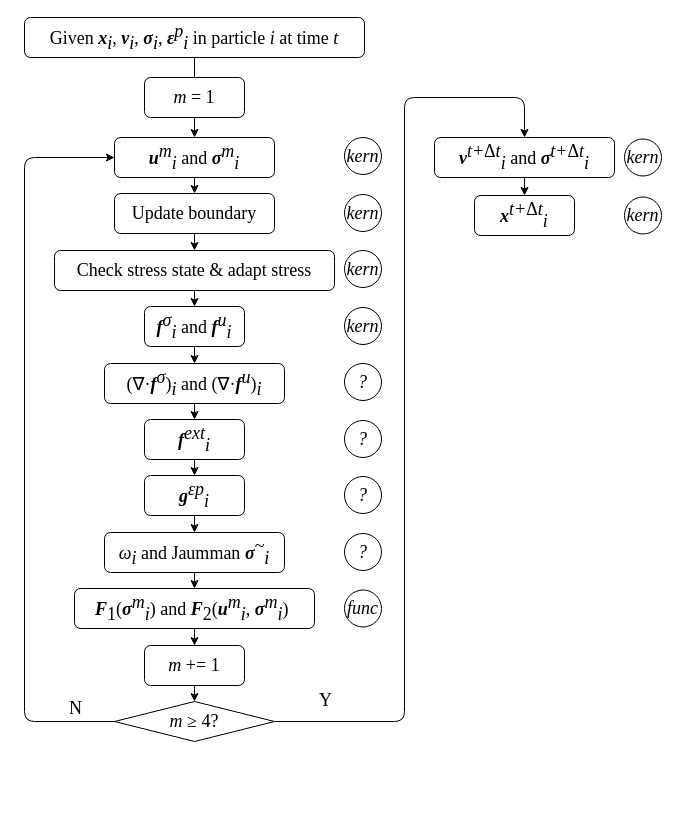
Earlier version of the draw.io diagram page "Page-1" (1 of 2) of temp/flowchart.drawio (Rabmelon/tiSPHi). Source tidied: cells renumbered, new cells numbered last; positions are measured from the earlier drawing's top-left corner, leaving out a move shared by most shapes. Both pictures are drawn from the tidied source at 100%, with x=0, y=0 at pixel (24, 17).
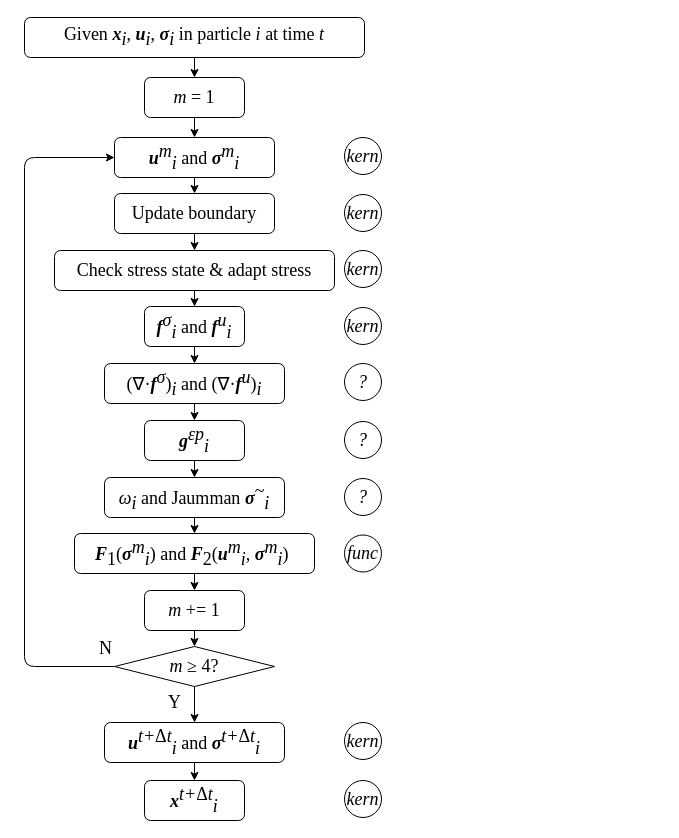
The same page after the edit.

Commit message (it also covers changes not shown here):
add item strain calculation flowchart

The change refers to these unchanged cells:
```xml
<mxCell id="5" value="&lt;font style=&quot;font-size: 18px&quot;&gt;&lt;i style=&quot;font-size: 18px;&quot;&gt;&lt;b style=&quot;font-size: 18px;&quot;&gt;u&lt;/b&gt;&lt;sup style=&quot;font-size: 18px;&quot;&gt;m&lt;/sup&gt;&lt;sub style=&quot;font-size: 18px;&quot;&gt;i&lt;/sub&gt;&lt;/i&gt;&amp;nbsp;and &lt;i style=&quot;font-size: 18px;&quot;&gt;&lt;b style=&quot;font-size: 18px;&quot;&gt;σ&lt;/b&gt;&lt;sup style=&quot;font-size: 18px;&quot;&gt;m&lt;/sup&gt;&lt;sub style=&quot;font-size: 18px;&quot;&gt;i&lt;/sub&gt;&lt;/i&gt;&lt;/font&gt;" style="whiteSpace=wrap;html=1;rounded=1;fontStyle=0;fontFamily=Times New Roman;fontSize=18;" parent="1" vertex="1">
  <mxGeometry x="90" y="120" width="160" height="40" as="geometry" />
</mxCell>
<mxCell id="27" value="&lt;font style=&quot;font-size: 18px&quot;&gt;&lt;i style=&quot;font-size: 18px;&quot;&gt;m&lt;/i&gt;&amp;nbsp;= 1&lt;/font&gt;" style="whiteSpace=wrap;html=1;rounded=1;fontStyle=0;fontFamily=Times New Roman;fontSize=18;" parent="1" vertex="1">
  <mxGeometry x="120" y="60" width="100" height="40" as="geometry" />
</mxCell>
<mxCell id="42" value="&lt;font style=&quot;font-size: 18px&quot;&gt;&lt;span style=&quot;font-size: 18px&quot;&gt;(∇·&lt;/span&gt;&lt;b style=&quot;font-style: italic&quot;&gt;f&lt;/b&gt;&lt;span style=&quot;font-style: italic&quot;&gt;&lt;sup style=&quot;font-size: 18px&quot;&gt;σ&lt;/sup&gt;&lt;/span&gt;&lt;span style=&quot;font-size: 18px&quot;&gt;)&lt;/span&gt;&lt;sub style=&quot;font-style: italic ; font-size: 18px&quot;&gt;i&lt;/sub&gt;&amp;nbsp;and (∇·&lt;b style=&quot;font-style: italic&quot;&gt;f&lt;/b&gt;&lt;span style=&quot;font-style: italic&quot;&gt;&lt;sup style=&quot;font-size: 18px&quot;&gt;u&lt;/sup&gt;&lt;/span&gt;)&lt;i style=&quot;font-size: 18px&quot;&gt;&lt;sub style=&quot;font-size: 18px&quot;&gt;i&lt;/sub&gt;&lt;/i&gt;&lt;/font&gt;" style="whiteSpace=wrap;html=1;rounded=1;fontStyle=0;fontFamily=Times New Roman;fontSize=18;" parent="1" vertex="1">
  <mxGeometry x="80" y="346" width="180" height="40" as="geometry" />
</mxCell>
```

The edit, as a diff of the source:
```diff
@@
-    <mxCell id="2" style="edgeStyle=none;html=1;fontFamily=Times New Roman;fontSize=18;" parent="1" edge="1" source="3" target="5">
-      <mxGeometry relative="1" as="geometry" />
-    </mxCell>
+    <mxCell id="44" style="edgeStyle=none;html=1;exitX=0.5;exitY=1;exitDx=0;exitDy=0;entryX=0.5;entryY=0;entryDx=0;entryDy=0;" parent="1" edge="1" source="3" target="27">
+      <mxGeometry relative="1" as="geometry" />
+    </mxCell>
-    <mxCell id="3" value="&lt;font style=&quot;font-size: 18px&quot;&gt;Given &lt;i style=&quot;font-size: 18px;&quot;&gt;&lt;b style=&quot;font-size: 18px;&quot;&gt;x&lt;/b&gt;&lt;sub style=&quot;font-size: 18px;&quot;&gt;i&lt;/sub&gt;&lt;/i&gt;, &lt;i style=&quot;font-size: 18px;&quot;&gt;&lt;b style=&quot;font-size: 18px;&quot;&gt;v&lt;/b&gt;&lt;sub style=&quot;font-size: 18px;&quot;&gt;i&lt;/sub&gt;&lt;/i&gt;, &lt;i style=&quot;font-size: 18px;&quot;&gt;&lt;b style=&quot;font-size: 18px;&quot;&gt;σ&lt;/b&gt;&lt;sub style=&quot;font-size: 18px;&quot;&gt;i&lt;/sub&gt;&lt;/i&gt;, &lt;b style=&quot;font-style: italic; font-size: 18px;&quot;&gt;ε&lt;/b&gt;&lt;sup style=&quot;font-style: italic; font-size: 18px;&quot;&gt;p&lt;/sup&gt;&lt;sub style=&quot;font-style: italic; font-size: 18px;&quot;&gt;i&lt;/sub&gt;&amp;nbsp;in particle &lt;i style=&quot;font-size: 18px;&quot;&gt;i&lt;/i&gt; at time &lt;i style=&quot;font-size: 18px;&quot;&gt;t&lt;/i&gt;&lt;/font&gt;" style="rounded=1;whiteSpace=wrap;html=1;fontStyle=0;fontFamily=Times New Roman;fontSize=18;" parent="1" vertex="1">
+    <mxCell id="3" value="&lt;font style=&quot;font-size: 18px&quot;&gt;Given &lt;i style=&quot;font-size: 18px&quot;&gt;&lt;b style=&quot;font-size: 18px&quot;&gt;x&lt;/b&gt;&lt;sub style=&quot;font-size: 18px&quot;&gt;i&lt;/sub&gt;&lt;/i&gt;, &lt;b&gt;&lt;i&gt;u&lt;/i&gt;&lt;/b&gt;&lt;i style=&quot;font-size: 18px&quot;&gt;&lt;sub style=&quot;font-size: 18px&quot;&gt;i&lt;/sub&gt;&lt;/i&gt;, &lt;i style=&quot;font-size: 18px&quot;&gt;&lt;b style=&quot;font-size: 18px&quot;&gt;σ&lt;/b&gt;&lt;sub style=&quot;font-size: 18px&quot;&gt;i&lt;/sub&gt;&lt;/i&gt;&amp;nbsp;in particle &lt;i style=&quot;font-size: 18px&quot;&gt;i&lt;/i&gt; at time &lt;i style=&quot;font-size: 18px&quot;&gt;t&lt;/i&gt;&lt;/font&gt;" style="rounded=1;whiteSpace=wrap;html=1;fontStyle=0;fontFamily=Times New Roman;fontSize=18;" parent="1" vertex="1">
       <mxGeometry width="340" height="40" as="geometry" />
     </mxCell>
@@
-    <mxCell id="12" style="edgeStyle=none;html=1;exitX=0.5;exitY=1;exitDx=0;exitDy=0;entryX=0.5;entryY=0;entryDx=0;entryDy=0;fontFamily=Times New Roman;fontSize=18;" parent="1" edge="1" source="13" target="15">
-      <mxGeometry relative="1" as="geometry" />
-    </mxCell>
-    <mxCell id="13" value="&lt;font style=&quot;font-size: 18px&quot;&gt;&lt;i style=&quot;font-size: 18px;&quot;&gt;&lt;b style=&quot;font-size: 18px;&quot;&gt;f&lt;/b&gt;&lt;sup style=&quot;font-size: 18px;&quot;&gt;ext&lt;/sup&gt;&lt;sub style=&quot;font-size: 18px;&quot;&gt;i&lt;/sub&gt;&lt;/i&gt;&lt;/font&gt;" style="whiteSpace=wrap;html=1;rounded=1;fontStyle=0;fontFamily=Times New Roman;fontSize=18;" parent="1" vertex="1">
-      <mxGeometry x="120" y="402" width="100" height="40" as="geometry" />
-    </mxCell>
@@
     <mxCell id="15" value="&lt;font style=&quot;font-size: 18px&quot;&gt;&lt;i style=&quot;font-size: 18px;&quot;&gt;&lt;b style=&quot;font-size: 18px;&quot;&gt;g&lt;/b&gt;&lt;sup style=&quot;font-size: 18px;&quot;&gt;εp&lt;/sup&gt;&lt;sub style=&quot;font-size: 18px;&quot;&gt;i&lt;/sub&gt;&lt;/i&gt;&lt;/font&gt;" style="whiteSpace=wrap;html=1;rounded=1;fontStyle=0;fontFamily=Times New Roman;fontSize=18;" parent="1" vertex="1">
-      <mxGeometry x="120" y="458" width="100" height="40" as="geometry" />
+      <mxGeometry x="120" y="403" width="100" height="40" as="geometry" />
     </mxCell>
@@
     <mxCell id="17" value="&lt;font style=&quot;font-size: 18px&quot;&gt;&lt;span style=&quot;font-style: italic ; font-size: 18px&quot;&gt;ω&lt;/span&gt;&lt;sub style=&quot;font-style: italic ; font-size: 18px&quot;&gt;i&lt;/sub&gt;&amp;nbsp;and Jaumman&amp;nbsp;&lt;i style=&quot;font-size: 18px&quot;&gt;&lt;b style=&quot;font-size: 18px&quot;&gt;σ&lt;/b&gt;&lt;sup style=&quot;font-size: 18px&quot;&gt;~&lt;/sup&gt;&lt;sub style=&quot;font-size: 18px&quot;&gt;i&lt;/sub&gt;&lt;/i&gt;&lt;/font&gt;" style="whiteSpace=wrap;html=1;rounded=1;fontStyle=0;fontFamily=Times New Roman;fontSize=18;" parent="1" vertex="1">
-      <mxGeometry x="80" y="515" width="180" height="40" as="geometry" />
+      <mxGeometry x="80" y="460" width="180" height="40" as="geometry" />
     </mxCell>
@@
     <mxCell id="19" value="&lt;font style=&quot;font-size: 18px;&quot;&gt;&lt;span style=&quot;font-weight: bold ; font-style: italic ; font-size: 18px&quot;&gt;F&lt;/span&gt;&lt;span style=&quot;font-size: 18px;&quot;&gt;&lt;sub style=&quot;font-size: 18px;&quot;&gt;1&lt;/sub&gt;(&lt;/span&gt;&lt;/font&gt;&lt;i style=&quot;font-size: 18px;&quot;&gt;&lt;b style=&quot;font-size: 18px;&quot;&gt;σ&lt;/b&gt;&lt;sup style=&quot;font-size: 18px;&quot;&gt;m&lt;/sup&gt;&lt;sub style=&quot;font-size: 18px;&quot;&gt;i&lt;/sub&gt;&lt;/i&gt;&lt;font style=&quot;font-size: 18px;&quot;&gt;&lt;span style=&quot;font-size: 18px;&quot;&gt;)&lt;/span&gt;&lt;span style=&quot;font-size: 18px&quot;&gt;&amp;nbsp;and &lt;/span&gt;&lt;b style=&quot;font-size: 18px ; font-style: italic&quot;&gt;F&lt;/b&gt;&lt;span style=&quot;font-size: 18px&quot;&gt;&lt;sub style=&quot;font-size: 18px;&quot;&gt;2&lt;/sub&gt;&lt;/span&gt;&lt;/font&gt;&lt;font style=&quot;font-size: 18px;&quot;&gt;&lt;span style=&quot;font-size: 18px;&quot;&gt;(&lt;/span&gt;&lt;/font&gt;&lt;i style=&quot;font-size: 18px;&quot;&gt;&lt;b style=&quot;font-size: 18px;&quot;&gt;u&lt;/b&gt;&lt;sup style=&quot;font-size: 18px;&quot;&gt;m&lt;/sup&gt;&lt;sub style=&quot;font-size: 18px;&quot;&gt;i&lt;/sub&gt;,&amp;nbsp;&lt;/i&gt;&lt;i style=&quot;font-size: 18px;&quot;&gt;&lt;b style=&quot;font-size: 18px;&quot;&gt;σ&lt;/b&gt;&lt;sup style=&quot;font-size: 18px;&quot;&gt;m&lt;/sup&gt;&lt;sub style=&quot;font-size: 18px;&quot;&gt;i&lt;/sub&gt;&lt;/i&gt;&lt;font style=&quot;font-size: 18px;&quot;&gt;&lt;span style=&quot;font-size: 18px;&quot;&gt;)&lt;/span&gt;&lt;span style=&quot;font-size: 18px&quot;&gt;&amp;nbsp;&lt;/span&gt;&lt;/font&gt;" style="whiteSpace=wrap;html=1;rounded=1;fontStyle=0;fontFamily=Times New Roman;fontSize=18;" parent="1" vertex="1">
-      <mxGeometry x="50" y="571" width="240" height="40" as="geometry" />
+      <mxGeometry x="50" y="516" width="240" height="40" as="geometry" />
     </mxCell>
     <mxCell id="20" style="edgeStyle=orthogonalEdgeStyle;html=1;exitX=0;exitY=0.5;exitDx=0;exitDy=0;entryX=0;entryY=0.5;entryDx=0;entryDy=0;fontFamily=Times New Roman;fontSize=18;" parent="1" edge="1" source="24" target="5">
       <mxGeometry relative="1" as="geometry">
         <Array as="points">
-          <mxPoint y="704" />
+          <mxPoint y="649" />
           <mxPoint y="140" />
         </Array>
       </mxGeometry>
     </mxCell>
     <mxCell id="21" value="&lt;font style=&quot;font-size: 18px&quot;&gt;N&lt;/font&gt;" style="edgeLabel;html=1;align=center;verticalAlign=middle;fontFamily=Times New Roman;fontSize=18;" parent="20" vertex="1">
       <mxGeometry x="-0.33" y="-2" relative="1" as="geometry">
-        <mxPoint x="48" y="145" as="offset" />
+        <mxPoint x="78" y="122" as="offset" />
       </mxGeometry>
     </mxCell>
-    <mxCell id="22" style="edgeStyle=orthogonalEdgeStyle;html=1;exitX=1;exitY=0.5;exitDx=0;exitDy=0;entryX=0.5;entryY=0;entryDx=0;entryDy=0;fontFamily=Times New Roman;fontSize=18;" parent="1" edge="1" source="24" target="29">
-      <mxGeometry relative="1" as="geometry">
-        <Array as="points">
-          <mxPoint x="380" y="704" />
-          <mxPoint x="380" y="80" />
-          <mxPoint x="500" y="80" />
-        </Array>
-      </mxGeometry>
-    </mxCell>
-    <mxCell id="23" value="&lt;font style=&quot;font-size: 18px&quot;&gt;Y&lt;/font&gt;" style="edgeLabel;html=1;align=center;verticalAlign=middle;fontFamily=Times New Roman;fontSize=18;" parent="22" vertex="1">
-      <mxGeometry x="-0.72" y="2" relative="1" as="geometry">
-        <mxPoint x="-78" y="-20" as="offset" />
-      </mxGeometry>
+    <mxCell id="23" value="Y" style="edgeStyle=none;html=1;exitX=0.5;exitY=1;exitDx=0;exitDy=0;entryX=0.5;entryY=0;entryDx=0;entryDy=0;fontSize=18;fontFamily=Times New Roman;" parent="1" edge="1" source="24" target="29">
+      <mxGeometry x="-0.11" y="-20" relative="1" as="geometry" />
     </mxCell>
     <mxCell id="24" value="&lt;font style=&quot;font-size: 18px&quot;&gt;&lt;i style=&quot;font-size: 18px;&quot;&gt;m&lt;/i&gt;&amp;nbsp;≥ 4?&lt;/font&gt;" style="rhombus;whiteSpace=wrap;html=1;fontFamily=Times New Roman;fontSize=18;" parent="1" vertex="1">
-      <mxGeometry x="90" y="684" width="160" height="40" as="geometry" />
+      <mxGeometry x="90" y="629" width="160" height="40" as="geometry" />
     </mxCell>
@@
     <mxCell id="26" value="&lt;font style=&quot;font-size: 18px&quot;&gt;&lt;i style=&quot;font-size: 18px;&quot;&gt;m&lt;/i&gt;&amp;nbsp;+= 1&lt;/font&gt;" style="whiteSpace=wrap;html=1;rounded=1;fontStyle=0;fontFamily=Times New Roman;fontSize=18;" parent="1" vertex="1">
-      <mxGeometry x="120" y="628" width="100" height="40" as="geometry" />
+      <mxGeometry x="120" y="573" width="100" height="40" as="geometry" />
     </mxCell>
+    <mxCell id="45" style="edgeStyle=none;html=1;exitX=0.5;exitY=1;exitDx=0;exitDy=0;entryX=0.5;entryY=0;entryDx=0;entryDy=0;" parent="1" edge="1" source="27" target="5">
+      <mxGeometry relative="1" as="geometry" />
+    </mxCell>
@@
-    <mxCell id="29" value="&lt;font style=&quot;font-size: 18px&quot;&gt;&lt;b style=&quot;font-style: italic; font-size: 18px;&quot;&gt;v&lt;/b&gt;&lt;sup style=&quot;font-size: 18px;&quot;&gt;&lt;i style=&quot;font-size: 18px;&quot;&gt;t+&lt;/i&gt;Δ&lt;i style=&quot;font-size: 18px;&quot;&gt;t&lt;/i&gt;&lt;/sup&gt;&lt;sub style=&quot;font-style: italic; font-size: 18px;&quot;&gt;i&lt;/sub&gt;&amp;nbsp;and &lt;i style=&quot;font-size: 18px;&quot;&gt;&lt;b style=&quot;font-size: 18px;&quot;&gt;σ&lt;/b&gt;&lt;/i&gt;&lt;/font&gt;&lt;sup style=&quot;font-size: 18px;&quot;&gt;&lt;i style=&quot;font-size: 18px;&quot;&gt;t+&lt;/i&gt;&lt;span style=&quot;font-size: 18px;&quot;&gt;Δ&lt;/span&gt;&lt;i style=&quot;font-size: 18px;&quot;&gt;t&lt;/i&gt;&lt;/sup&gt;&lt;font style=&quot;font-size: 18px&quot;&gt;&lt;i style=&quot;font-size: 18px;&quot;&gt;&lt;sub style=&quot;font-size: 18px;&quot;&gt;i&lt;/sub&gt;&lt;/i&gt;&lt;/font&gt;" style="whiteSpace=wrap;html=1;rounded=1;fontStyle=0;fontFamily=Times New Roman;fontSize=18;" parent="1" vertex="1">
-      <mxGeometry x="410" y="120" width="180" height="40" as="geometry" />
+    <mxCell id="29" value="&lt;font style=&quot;font-size: 18px&quot;&gt;&lt;b style=&quot;font-style: italic ; font-size: 18px&quot;&gt;u&lt;/b&gt;&lt;sup style=&quot;font-size: 18px&quot;&gt;&lt;i style=&quot;font-size: 18px&quot;&gt;t+&lt;/i&gt;Δ&lt;i style=&quot;font-size: 18px&quot;&gt;t&lt;/i&gt;&lt;/sup&gt;&lt;sub style=&quot;font-style: italic ; font-size: 18px&quot;&gt;i&lt;/sub&gt;&amp;nbsp;and &lt;i style=&quot;font-size: 18px&quot;&gt;&lt;b style=&quot;font-size: 18px&quot;&gt;σ&lt;/b&gt;&lt;/i&gt;&lt;/font&gt;&lt;sup style=&quot;font-size: 18px&quot;&gt;&lt;i style=&quot;font-size: 18px&quot;&gt;t+&lt;/i&gt;&lt;span style=&quot;font-size: 18px&quot;&gt;Δ&lt;/span&gt;&lt;i style=&quot;font-size: 18px&quot;&gt;t&lt;/i&gt;&lt;/sup&gt;&lt;font style=&quot;font-size: 18px&quot;&gt;&lt;i style=&quot;font-size: 18px&quot;&gt;&lt;sub style=&quot;font-size: 18px&quot;&gt;i&lt;/sub&gt;&lt;/i&gt;&lt;/font&gt;" style="whiteSpace=wrap;html=1;rounded=1;fontStyle=0;fontFamily=Times New Roman;fontSize=18;" parent="1" vertex="1">
+      <mxGeometry x="80" y="705" width="180" height="40" as="geometry" />
     </mxCell>
     <mxCell id="30" value="&lt;font style=&quot;font-size: 18px&quot;&gt;&lt;i style=&quot;font-size: 18px;&quot;&gt;&lt;b style=&quot;font-size: 18px;&quot;&gt;x&lt;/b&gt;&lt;/i&gt;&lt;/font&gt;&lt;sup style=&quot;font-size: 18px;&quot;&gt;&lt;i style=&quot;font-size: 18px;&quot;&gt;t+&lt;/i&gt;&lt;span style=&quot;font-size: 18px;&quot;&gt;Δ&lt;/span&gt;&lt;i style=&quot;font-size: 18px;&quot;&gt;t&lt;/i&gt;&lt;/sup&gt;&lt;font style=&quot;font-size: 18px&quot;&gt;&lt;i style=&quot;font-size: 18px;&quot;&gt;&lt;sub style=&quot;font-size: 18px;&quot;&gt;i&lt;/sub&gt;&lt;/i&gt;&lt;/font&gt;" style="whiteSpace=wrap;html=1;rounded=1;fontStyle=0;fontFamily=Times New Roman;fontSize=18;" parent="1" vertex="1">
-      <mxGeometry x="450" y="178" width="100" height="40" as="geometry" />
+      <mxGeometry x="120" y="763" width="100" height="40" as="geometry" />
     </mxCell>
@@
     <mxCell id="34" value="&lt;font style=&quot;font-size: 18px&quot; face=&quot;Times New Roman&quot;&gt;&lt;i&gt;func&lt;/i&gt;&lt;/font&gt;" style="ellipse;whiteSpace=wrap;html=1;" parent="1" vertex="1">
-      <mxGeometry x="320" y="572.5" width="37" height="37" as="geometry" />
+      <mxGeometry x="320" y="517.5" width="37" height="37" as="geometry" />
     </mxCell>
-    <mxCell id="35" value="&lt;font face=&quot;Times New Roman&quot;&gt;&lt;span style=&quot;font-size: 18px&quot;&gt;&lt;i&gt;?&lt;/i&gt;&lt;/span&gt;&lt;/font&gt;" style="ellipse;whiteSpace=wrap;html=1;" parent="1" vertex="1">
-      <mxGeometry x="320" y="403" width="37" height="37" as="geometry" />
-    </mxCell>
     <mxCell id="36" value="&lt;font face=&quot;Times New Roman&quot;&gt;&lt;span style=&quot;font-size: 18px&quot;&gt;&lt;i&gt;?&lt;/i&gt;&lt;/span&gt;&lt;/font&gt;" style="ellipse;whiteSpace=wrap;html=1;" parent="1" vertex="1">
-      <mxGeometry x="320" y="459" width="37" height="37" as="geometry" />
+      <mxGeometry x="320" y="404" width="37" height="37" as="geometry" />
     </mxCell>
     <mxCell id="37" value="&lt;font face=&quot;Times New Roman&quot;&gt;&lt;span style=&quot;font-size: 18px&quot;&gt;&lt;i&gt;?&lt;/i&gt;&lt;/span&gt;&lt;/font&gt;" style="ellipse;whiteSpace=wrap;html=1;" parent="1" vertex="1">
-      <mxGeometry x="320" y="516" width="37" height="37" as="geometry" />
+      <mxGeometry x="320" y="461" width="37" height="37" as="geometry" />
     </mxCell>
@@
     <mxCell id="39" value="&lt;font style=&quot;font-size: 18px&quot; face=&quot;Times New Roman&quot;&gt;&lt;i&gt;kern&lt;/i&gt;&lt;/font&gt;" style="ellipse;whiteSpace=wrap;html=1;" parent="1" vertex="1">
-      <mxGeometry x="600" y="179.5" width="37" height="37" as="geometry" />
+      <mxGeometry x="320" y="763" width="37" height="37" as="geometry" />
     </mxCell>
     <mxCell id="40" value="&lt;font style=&quot;font-size: 18px&quot; face=&quot;Times New Roman&quot;&gt;&lt;i&gt;kern&lt;/i&gt;&lt;/font&gt;" style="ellipse;whiteSpace=wrap;html=1;" parent="1" vertex="1">
-      <mxGeometry x="600" y="121.5" width="37" height="37" as="geometry" />
+      <mxGeometry x="320" y="705" width="37" height="37" as="geometry" />
     </mxCell>
-    <mxCell id="41" style="edgeStyle=none;html=1;exitX=0.5;exitY=1;exitDx=0;exitDy=0;entryX=0.5;entryY=0;entryDx=0;entryDy=0;" parent="1" edge="1" source="42" target="13">
-      <mxGeometry relative="1" as="geometry" />
-    </mxCell>
+    <mxCell id="46" style="edgeStyle=orthogonalEdgeStyle;html=1;exitX=0.5;exitY=1;exitDx=0;exitDy=0;fontFamily=Times New Roman;fontSize=18;" parent="1" edge="1" source="42" target="15">
+      <mxGeometry relative="1" as="geometry" />
+    </mxCell>
```
